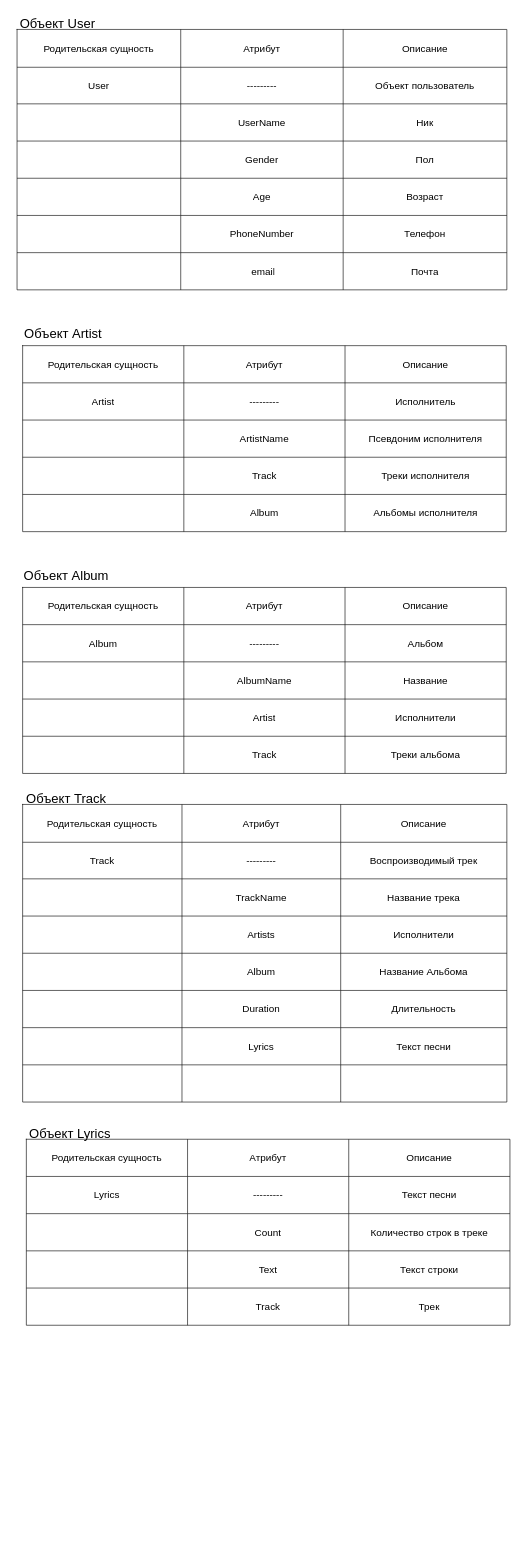
Before: Gorin_Andrey/Ex_06_DataModeling.drawio in abdullahproff/BSA21_1, a draw.io diagram. Source tidied: cells renumbered, new cells numbered last; positions are measured from the earlier drawing's top-left corner, leaving out a move shared by most shapes. Both pictures are drawn from the tidied source at 62%, with x=0, y=0 at pixel (11, 11).
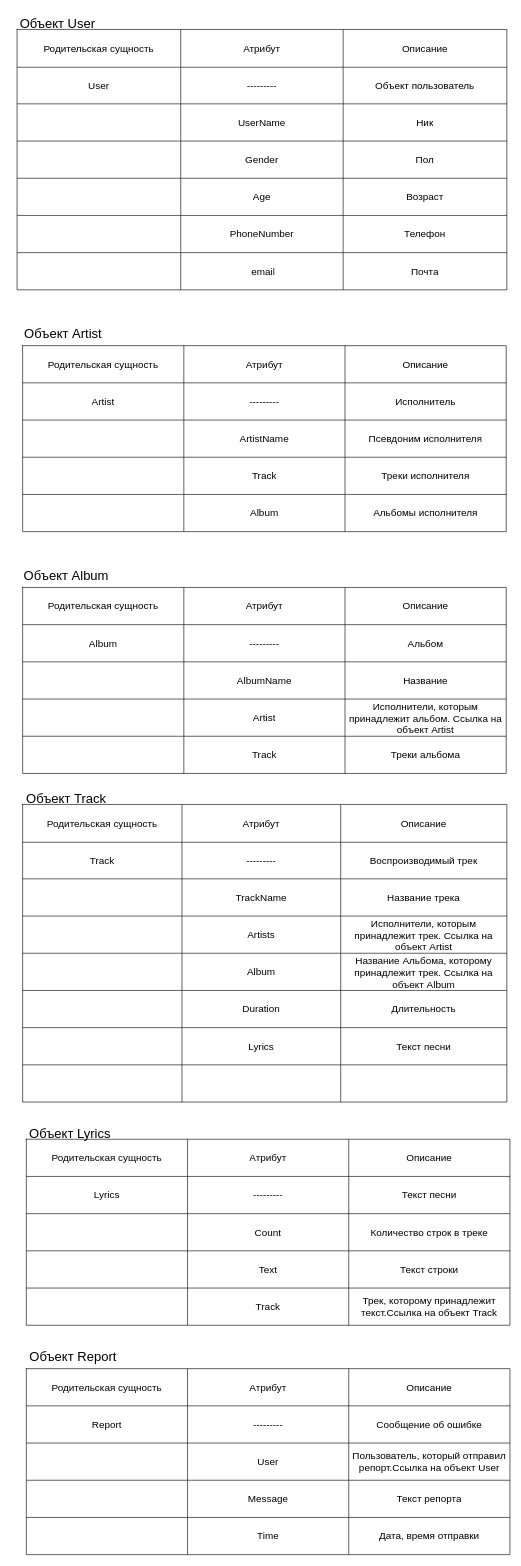
After the change.

Unchanged cells that the change refers to:
```xml
<mxCell id="70" style="shape=tableRow;horizontal=0;startSize=0;swimlaneHead=0;swimlaneBody=0;strokeColor=inherit;top=0;left=0;bottom=0;right=0;fillColor=none;fontSize=16;" parent="57" vertex="1">
  <mxGeometry y="180" width="780" height="60" as="geometry" />
</mxCell>
<mxCell id="96" style="shape=tableRow;horizontal=0;startSize=0;swimlaneHead=0;swimlaneBody=0;strokeColor=inherit;top=0;left=0;bottom=0;right=0;fillColor=none;fontSize=16;" parent="79" vertex="1">
  <mxGeometry y="240" width="780" height="60" as="geometry" />
</mxCell>
<mxCell id="114" style="shape=tableRow;horizontal=0;startSize=0;swimlaneHead=0;swimlaneBody=0;strokeColor=inherit;top=0;left=0;bottom=0;right=0;fillColor=none;fontSize=16;" parent="101" vertex="1">
  <mxGeometry y="180" width="781" height="60" as="geometry" />
</mxCell>
<mxCell id="118" style="shape=tableRow;horizontal=0;startSize=0;swimlaneHead=0;swimlaneBody=0;strokeColor=inherit;top=0;left=0;bottom=0;right=0;fillColor=none;fontSize=16;" parent="101" vertex="1">
  <mxGeometry y="240" width="781" height="60" as="geometry" />
</mxCell>
```

What changed in the source:
```diff
@@
-    <mxCell id="73" value="Исполнители" style="shape=partialRectangle;html=1;whiteSpace=wrap;strokeColor=inherit;overflow=hidden;fillColor=none;top=0;left=0;bottom=0;right=0;fontSize=16;" parent="70" vertex="1">
+    <mxCell id="73" value="Исполнители, которым принадлежит альбом. Ссылка на объект Artist" style="shape=partialRectangle;html=1;whiteSpace=wrap;strokeColor=inherit;overflow=hidden;fillColor=none;top=0;left=0;bottom=0;right=0;fontSize=16;" parent="70" vertex="1">
       <mxGeometry x="520" width="260" height="60" as="geometry" />
     </mxCell>
@@
-    <mxCell id="99" value="Трек" style="shape=partialRectangle;html=1;whiteSpace=wrap;strokeColor=inherit;overflow=hidden;fillColor=none;top=0;left=0;bottom=0;right=0;fontSize=16;" parent="96" vertex="1">
+    <mxCell id="99" value="Трек, которому принадлежит текст.&lt;span style=&quot;background-color: initial;&quot;&gt;Ссылка на объект Track&lt;/span&gt;" style="shape=partialRectangle;html=1;whiteSpace=wrap;strokeColor=inherit;overflow=hidden;fillColor=none;top=0;left=0;bottom=0;right=0;fontSize=16;" parent="96" vertex="1">
       <mxGeometry x="520" width="260" height="60" as="geometry" />
     </mxCell>
@@
-    <mxCell id="117" value="Исполнители" style="shape=partialRectangle;html=1;whiteSpace=wrap;strokeColor=inherit;overflow=hidden;fillColor=none;top=0;left=0;bottom=0;right=0;fontSize=16;" parent="114" vertex="1">
+    <mxCell id="117" value="Исполнители, которым принадлежит трек. Ссылка на объект Artist" style="shape=partialRectangle;html=1;whiteSpace=wrap;strokeColor=inherit;overflow=hidden;fillColor=none;top=0;left=0;bottom=0;right=0;fontSize=16;" parent="114" vertex="1">
       <mxGeometry x="513" width="268" height="60" as="geometry" />
     </mxCell>
@@
-    <mxCell id="121" value="Название Альбома" style="shape=partialRectangle;html=1;whiteSpace=wrap;strokeColor=inherit;overflow=hidden;fillColor=none;top=0;left=0;bottom=0;right=0;fontSize=16;" parent="118" vertex="1">
+    <mxCell id="121" value="Название Альбома, которому принадлежит трек. Ссылка на объект Album" style="shape=partialRectangle;html=1;whiteSpace=wrap;strokeColor=inherit;overflow=hidden;fillColor=none;top=0;left=0;bottom=0;right=0;fontSize=16;" parent="118" vertex="1">
       <mxGeometry x="513" width="268" height="60" as="geometry" />
     </mxCell>
@@
+    <mxCell id="135" value="&lt;font style=&quot;font-size: 21px;&quot;&gt;Объект Report&lt;/font&gt;" style="text;html=1;align=center;verticalAlign=middle;strokeColor=none;fillColor=none;" parent="1" vertex="1">
+      <mxGeometry x="20" y="2150" width="160" height="40" as="geometry" />
+    </mxCell>
+    <mxCell id="136" style="shape=table;startSize=0;childLayout=tableLayout;fontSize=16;" parent="1" vertex="1">
+      <mxGeometry x="25" y="2190" width="780" height="300" as="geometry" />
+    </mxCell>
+    <mxCell id="137" style="shape=tableRow;horizontal=0;startSize=0;swimlaneHead=0;swimlaneBody=0;strokeColor=inherit;top=0;left=0;bottom=0;right=0;fillColor=none;fontSize=16;" parent="136" vertex="1">
+      <mxGeometry width="780" height="60" as="geometry" />
+    </mxCell>
+    <mxCell id="138" value="Родительская сущность" style="shape=partialRectangle;html=1;whiteSpace=wrap;strokeColor=inherit;overflow=hidden;fillColor=none;top=0;left=0;bottom=0;right=0;fontSize=16;" parent="137" vertex="1">
+      <mxGeometry width="260" height="60" as="geometry" />
+    </mxCell>
+    <mxCell id="139" value="Атрибут" style="shape=partialRectangle;html=1;whiteSpace=wrap;strokeColor=inherit;overflow=hidden;fillColor=none;top=0;left=0;bottom=0;right=0;fontSize=16;" parent="137" vertex="1">
+      <mxGeometry x="260" width="260" height="60" as="geometry" />
+    </mxCell>
+    <mxCell id="140" value="Описание" style="shape=partialRectangle;html=1;whiteSpace=wrap;strokeColor=inherit;overflow=hidden;fillColor=none;top=0;left=0;bottom=0;right=0;fontSize=16;" parent="137" vertex="1">
+      <mxGeometry x="520" width="260" height="60" as="geometry" />
+    </mxCell>
+    <mxCell id="141" style="shape=tableRow;horizontal=0;startSize=0;swimlaneHead=0;swimlaneBody=0;strokeColor=inherit;top=0;left=0;bottom=0;right=0;fillColor=none;fontSize=16;" parent="136" vertex="1">
+      <mxGeometry y="60" width="780" height="60" as="geometry" />
+    </mxCell>
+    <mxCell id="142" value="&lt;span style=&quot;text-wrap: nowrap;&quot;&gt;Report&lt;/span&gt;" style="shape=partialRectangle;html=1;whiteSpace=wrap;strokeColor=inherit;overflow=hidden;fillColor=none;top=0;left=0;bottom=0;right=0;fontSize=16;" parent="141" vertex="1">
+      <mxGeometry width="260" height="60" as="geometry" />
+    </mxCell>
+    <mxCell id="143" value="---------" style="shape=partialRectangle;html=1;whiteSpace=wrap;strokeColor=inherit;overflow=hidden;fillColor=none;top=0;left=0;bottom=0;right=0;fontSize=16;" parent="141" vertex="1">
+      <mxGeometry x="260" width="260" height="60" as="geometry" />
+    </mxCell>
+    <mxCell id="144" value="Сообщение об ошибке" style="shape=partialRectangle;html=1;whiteSpace=wrap;strokeColor=inherit;overflow=hidden;fillColor=none;top=0;left=0;bottom=0;right=0;fontSize=16;" parent="141" vertex="1">
+      <mxGeometry x="520" width="260" height="60" as="geometry" />
+    </mxCell>
+    <mxCell id="145" style="shape=tableRow;horizontal=0;startSize=0;swimlaneHead=0;swimlaneBody=0;strokeColor=inherit;top=0;left=0;bottom=0;right=0;fillColor=none;fontSize=16;" parent="136" vertex="1">
+      <mxGeometry y="120" width="780" height="60" as="geometry" />
+    </mxCell>
+    <mxCell id="146" style="shape=partialRectangle;html=1;whiteSpace=wrap;strokeColor=inherit;overflow=hidden;fillColor=none;top=0;left=0;bottom=0;right=0;fontSize=16;" parent="145" vertex="1">
+      <mxGeometry width="260" height="60" as="geometry" />
+    </mxCell>
+    <mxCell id="147" value="User" style="shape=partialRectangle;html=1;whiteSpace=wrap;strokeColor=inherit;overflow=hidden;fillColor=none;top=0;left=0;bottom=0;right=0;fontSize=16;" parent="145" vertex="1">
+      <mxGeometry x="260" width="260" height="60" as="geometry" />
+    </mxCell>
+    <mxCell id="148" value="&lt;div&gt;Пользователь, который отправил репорт.&lt;span style=&quot;background-color: initial;&quot;&gt;Ссылка на объект User&lt;/span&gt;&lt;/div&gt;" style="shape=partialRectangle;html=1;whiteSpace=wrap;strokeColor=inherit;overflow=hidden;fillColor=none;top=0;left=0;bottom=0;right=0;fontSize=16;" parent="145" vertex="1">
+      <mxGeometry x="520" width="260" height="60" as="geometry" />
+    </mxCell>
+    <mxCell id="149" style="shape=tableRow;horizontal=0;startSize=0;swimlaneHead=0;swimlaneBody=0;strokeColor=inherit;top=0;left=0;bottom=0;right=0;fillColor=none;fontSize=16;" parent="136" vertex="1">
+      <mxGeometry y="180" width="780" height="60" as="geometry" />
+    </mxCell>
+    <mxCell id="150" style="shape=partialRectangle;html=1;whiteSpace=wrap;strokeColor=inherit;overflow=hidden;fillColor=none;top=0;left=0;bottom=0;right=0;fontSize=16;" parent="149" vertex="1">
+      <mxGeometry width="260" height="60" as="geometry" />
+    </mxCell>
+    <mxCell id="151" value="Message" style="shape=partialRectangle;html=1;whiteSpace=wrap;strokeColor=inherit;overflow=hidden;fillColor=none;top=0;left=0;bottom=0;right=0;fontSize=16;" parent="149" vertex="1">
+      <mxGeometry x="260" width="260" height="60" as="geometry" />
+    </mxCell>
+    <mxCell id="152" value="Текст репорта" style="shape=partialRectangle;html=1;whiteSpace=wrap;strokeColor=inherit;overflow=hidden;fillColor=none;top=0;left=0;bottom=0;right=0;fontSize=16;" parent="149" vertex="1">
+      <mxGeometry x="520" width="260" height="60" as="geometry" />
+    </mxCell>
+    <mxCell id="153" style="shape=tableRow;horizontal=0;startSize=0;swimlaneHead=0;swimlaneBody=0;strokeColor=inherit;top=0;left=0;bottom=0;right=0;fillColor=none;fontSize=16;" parent="136" vertex="1">
+      <mxGeometry y="240" width="780" height="60" as="geometry" />
+    </mxCell>
+    <mxCell id="154" style="shape=partialRectangle;html=1;whiteSpace=wrap;strokeColor=inherit;overflow=hidden;fillColor=none;top=0;left=0;bottom=0;right=0;fontSize=16;" parent="153" vertex="1">
+      <mxGeometry width="260" height="60" as="geometry" />
+    </mxCell>
+    <mxCell id="155" value="Time" style="shape=partialRectangle;html=1;whiteSpace=wrap;strokeColor=inherit;overflow=hidden;fillColor=none;top=0;left=0;bottom=0;right=0;fontSize=16;" parent="153" vertex="1">
+      <mxGeometry x="260" width="260" height="60" as="geometry" />
+    </mxCell>
+    <mxCell id="156" value="Дата, время отправки" style="shape=partialRectangle;html=1;whiteSpace=wrap;strokeColor=inherit;overflow=hidden;fillColor=none;top=0;left=0;bottom=0;right=0;fontSize=16;" parent="153" vertex="1">
+      <mxGeometry x="520" width="260" height="60" as="geometry" />
+    </mxCell>
```
